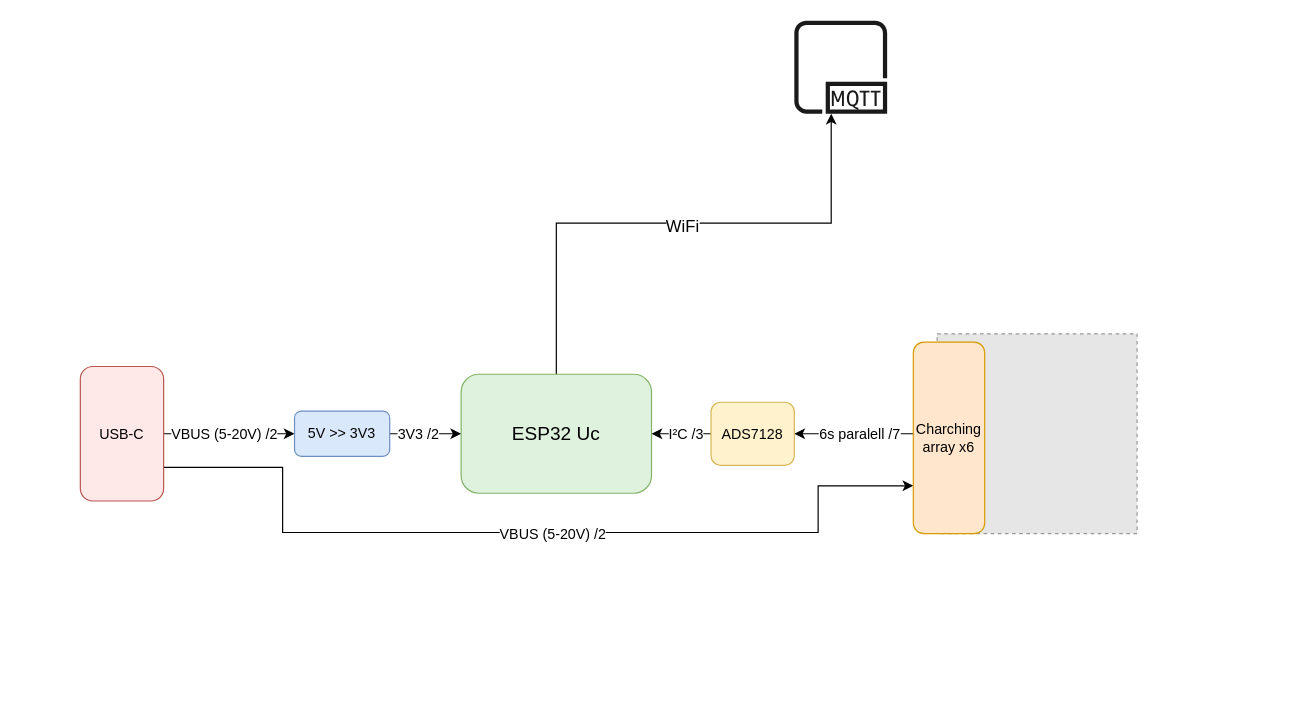
Before: Hardware/img/AkkuMagic.drawio in Marek128b/BatteryMagic_monitor, a draw.io diagram. Source tidied: cells renumbered, new cells numbered last; positions are measured from the earlier drawing's top-left corner, leaving out a move shared by most shapes. Both pictures are drawn from the tidied source at 119%, with x=0, y=0 at pixel (80, 20). Pictures stored in the file or linked from it are replaced by grey dashed boxes.
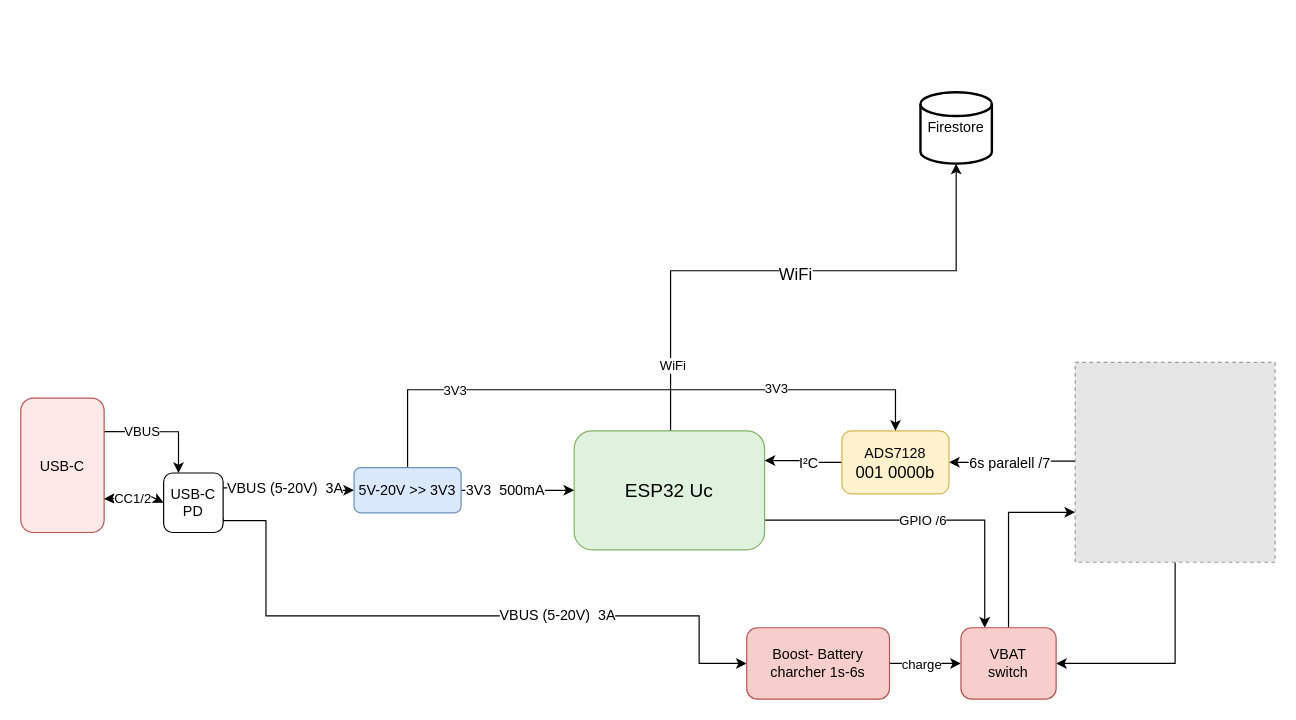
The same diagram, later.

Unchanged cells that the change refers to:
```xml
<mxCell id="17" style="edgeStyle=orthogonalEdgeStyle;rounded=0;jettySize=auto;html=1;exitX=1;exitY=0.5;exitDx=0;exitDy=0;entryX=0;entryY=0.5;entryDx=0;entryDy=0;fontSize=12;" parent="1" edge="1" source="19" target="4">
  <mxGeometry relative="1" as="geometry" />
</mxCell>
```

The edit, as a diff of the source:
```diff
@@
-    <mxCell id="2" style="edgeStyle=orthogonalEdgeStyle;rounded=0;jettySize=auto;html=1;exitX=0.5;exitY=0;exitDx=0;exitDy=0;fontSize=14;" parent="1" edge="1" source="4" target="5">
+    <mxCell id="2" style="edgeStyle=orthogonalEdgeStyle;rounded=0;jettySize=auto;html=1;exitX=0.5;exitY=0;exitDx=0;exitDy=0;fontSize=14;entryX=0.5;entryY=1;entryDx=0;entryDy=0;entryPerimeter=0;" parent="1" edge="1" source="4" target="30">
       <mxGeometry relative="1" as="geometry">
         <Array as="points">
-          <mxPoint x="400" y="170" />
-          <mxPoint x="631" y="170" />
+          <mxPoint x="496" y="210" />
+          <mxPoint x="736" y="210" />
         </Array>
       </mxGeometry>
     </mxCell>
@@
+    <mxCell id="21" value="WiFi" style="edgeLabel;html=1;align=center;verticalAlign=middle;" parent="2" vertex="1">
+      <mxGeometry x="-0.76" y="-1" relative="1" as="geometry" />
+    </mxCell>
+    <mxCell id="22" style="edgeStyle=orthogonalEdgeStyle;rounded=0;jettySize=auto;html=1;exitX=1;exitY=0.75;exitDx=0;exitDy=0;entryX=0.25;entryY=0;entryDx=0;entryDy=0;" parent="1" edge="1" source="4" target="38">
+      <mxGeometry relative="1" as="geometry" />
+    </mxCell>
+    <mxCell id="23" value="GPIO /6" style="edgeLabel;html=1;align=center;verticalAlign=middle;" parent="22" vertex="1">
+      <mxGeometry x="-0.04" relative="1" as="geometry" />
+    </mxCell>
     <mxCell id="4" value="&lt;font style=&quot;font-size: 16px;&quot;&gt;ESP32 Uc&lt;/font&gt;" style="rounded=1;whiteSpace=wrap;html=1;fillColor=#DEF2DD;strokeColor=#82b366;" parent="1" vertex="1">
-      <mxGeometry x="320" y="297" width="160" height="100" as="geometry" />
+      <mxGeometry x="415" y="344.5" width="160" height="100" as="geometry" />
     </mxCell>
-    <mxCell id="5" style="sketch=0;outlineConnect=0;fontColor=#232F3E;gradientColor=none;fillColor=#1A1A1A;strokeColor=none;dashed=0;verticalLabelPosition=bottom;verticalAlign=top;align=center;html=1;fontSize=12;fontStyle=0;shape=mxgraph.aws4.mqtt_protocol;" parent="1" vertex="1">
-      <mxGeometry x="600" width="78" height="78" as="geometry" />
-    </mxCell>
     <mxCell id="6" style="edgeStyle=orthogonalEdgeStyle;rounded=0;jettySize=auto;html=1;exitX=0.5;exitY=0;exitDx=0;exitDy=0;entryX=1;entryY=0.5;entryDx=0;entryDy=0;fontSize=14;" parent="1" edge="1" source="8" target="11">
-      <mxGeometry relative="1" as="geometry" />
+      <mxGeometry relative="1" as="geometry">
+        <Array as="points">
+          <mxPoint x="836" y="370" />
+          <mxPoint x="778" y="370" />
+          <mxPoint x="778" y="371" />
+        </Array>
+      </mxGeometry>
     </mxCell>
@@
+    <mxCell id="24" style="edgeStyle=orthogonalEdgeStyle;rounded=0;jettySize=auto;html=1;entryX=1;entryY=0.5;entryDx=0;entryDy=0;exitX=0;exitY=0.5;exitDx=0;exitDy=0;" parent="1" edge="1" source="8" target="38">
+      <mxGeometry relative="1" as="geometry">
+        <Array as="points">
+          <mxPoint x="920" y="540" />
+        </Array>
+      </mxGeometry>
+    </mxCell>
     <mxCell id="8" style="fillColor=#E6E6E6;strokeColor=#999999;dashed=1;html=1;verticalAlign=top;verticalLabelPosition=bottom;labelBackgroundColor=#ffffff;fontSize=14;rotation=-90;" parent="1" vertex="1">
-      <mxGeometry x="720" y="263" width="168" height="168" as="geometry" />
+      <mxGeometry x="836" y="287" width="168" height="168" as="geometry" />
     </mxCell>
-    <mxCell id="9" style="edgeStyle=orthogonalEdgeStyle;rounded=0;jettySize=auto;html=1;exitX=0;exitY=0.5;exitDx=0;exitDy=0;entryX=1;entryY=0.5;entryDx=0;entryDy=0;fontSize=14;" parent="1" edge="1" source="11" target="4">
+    <mxCell id="9" style="edgeStyle=orthogonalEdgeStyle;rounded=0;jettySize=auto;html=1;exitX=0;exitY=0.5;exitDx=0;exitDy=0;entryX=1;entryY=0.25;entryDx=0;entryDy=0;fontSize=14;" parent="1" edge="1" source="11" target="4">
       <mxGeometry relative="1" as="geometry" />
     </mxCell>
-    <mxCell id="10" value="I²C /3" style="edgeLabel;html=1;align=center;verticalAlign=middle;fontSize=12;" parent="9" vertex="1">
+    <mxCell id="10" value="I²C" style="edgeLabel;html=1;align=center;verticalAlign=middle;fontSize=12;" parent="9" vertex="1">
       <mxGeometry x="-0.12" y="1" relative="1" as="geometry">
         <mxPoint y="-1" as="offset" />
       </mxGeometry>
     </mxCell>
-    <mxCell id="11" value="&lt;font style=&quot;font-size: 12px;&quot;&gt;ADS7128&lt;/font&gt;" style="rounded=1;whiteSpace=wrap;html=1;fontSize=14;fillColor=#fff2cc;strokeColor=#d6b656;" parent="1" vertex="1">
-      <mxGeometry x="530" y="320.5" width="70" height="53" as="geometry" />
+    <mxCell id="11" value="&lt;div&gt;&lt;font style=&quot;font-size: 12px;&quot;&gt;ADS7128&lt;/font&gt;&lt;/div&gt;&lt;div&gt;001 0000b&lt;/div&gt;" style="rounded=1;whiteSpace=wrap;html=1;fontSize=14;fillColor=#fff2cc;strokeColor=#d6b656;" parent="1" vertex="1">
+      <mxGeometry x="640" y="344.5" width="90" height="53" as="geometry" />
     </mxCell>
-    <mxCell id="12" style="edgeStyle=orthogonalEdgeStyle;rounded=0;jettySize=auto;html=1;exitX=1;exitY=0.5;exitDx=0;exitDy=0;fontSize=12;" parent="1" edge="1" source="16" target="19">
+    <mxCell id="12" style="edgeStyle=orthogonalEdgeStyle;rounded=0;jettySize=auto;html=1;fontSize=12;exitX=1;exitY=0.25;exitDx=0;exitDy=0;" parent="1" edge="1" source="34" target="19">
       <mxGeometry relative="1" as="geometry" />
     </mxCell>
-    <mxCell id="13" value="VBUS (5-20V) /2" style="edgeLabel;html=1;align=center;verticalAlign=middle;fontSize=12;" parent="12" vertex="1">
+    <mxCell id="13" value="&lt;div&gt;VBUS (5-20V)&amp;nbsp; 3A&lt;/div&gt;" style="edgeLabel;html=1;align=center;verticalAlign=middle;fontSize=12;" parent="12" vertex="1">
       <mxGeometry x="-0.09" y="-2" relative="1" as="geometry">
         <mxPoint y="-2" as="offset" />
       </mxGeometry>
     </mxCell>
-    <mxCell id="14" style="edgeStyle=orthogonalEdgeStyle;rounded=0;jettySize=auto;html=1;exitX=1;exitY=0.75;exitDx=0;exitDy=0;entryX=0;entryY=0.75;entryDx=0;entryDy=0;fontSize=12;" parent="1" edge="1" source="16" target="20">
+    <mxCell id="14" style="edgeStyle=orthogonalEdgeStyle;rounded=0;jettySize=auto;html=1;fontSize=12;entryX=0;entryY=0.5;entryDx=0;entryDy=0;exitX=1;exitY=0.75;exitDx=0;exitDy=0;" parent="1" edge="1" source="34" target="33">
       <mxGeometry relative="1" as="geometry">
         <Array as="points">
-          <mxPoint x="170" y="375" />
-          <mxPoint x="170" y="430" />
-          <mxPoint x="620" y="430" />
-          <mxPoint x="620" y="391" />
+          <mxPoint x="120" y="420" />
+          <mxPoint x="156" y="420" />
+          <mxPoint x="156" y="500" />
+          <mxPoint x="520" y="500" />
+          <mxPoint x="520" y="540" />
         </Array>
       </mxGeometry>
     </mxCell>
-    <mxCell id="15" value="VBUS (5-20V) /2" style="edgeLabel;html=1;align=center;verticalAlign=middle;fontSize=12;" parent="14" vertex="1">
+    <mxCell id="15" value="VBUS (5-20V)&amp;nbsp; 3A" style="edgeLabel;html=1;align=center;verticalAlign=middle;fontSize=12;" parent="14" vertex="1">
       <mxGeometry x="0.07" y="-4" relative="1" as="geometry">
-        <mxPoint x="-6" y="-3" as="offset" />
+        <mxPoint x="62" y="-5" as="offset" />
       </mxGeometry>
     </mxCell>
+    <mxCell id="25" style="edgeStyle=orthogonalEdgeStyle;rounded=0;jettySize=auto;html=1;exitX=1;exitY=0.25;exitDx=0;exitDy=0;entryX=0.25;entryY=0;entryDx=0;entryDy=0;" parent="1" edge="1" source="16" target="34">
+      <mxGeometry relative="1" as="geometry" />
+    </mxCell>
+    <mxCell id="26" value="VBUS" style="edgeLabel;html=1;align=center;verticalAlign=middle;" parent="25" vertex="1">
+      <mxGeometry x="-0.52" y="-1" relative="1" as="geometry">
+        <mxPoint x="9" y="-2" as="offset" />
+      </mxGeometry>
+    </mxCell>
     <mxCell id="16" value="&lt;span style=&quot;font-size: 12px;&quot;&gt;USB-C&lt;/span&gt;" style="rounded=1;whiteSpace=wrap;html=1;fontSize=14;fillColor=#FFE8E8;strokeColor=#b85450;" parent="1" vertex="1">
-      <mxGeometry y="290.5" width="70" height="113" as="geometry" />
+      <mxGeometry x="-50" y="317" width="70" height="113" as="geometry" />
     </mxCell>
@@
-    <mxCell id="18" value="3V3 /2" style="edgeLabel;html=1;align=center;verticalAlign=middle;fontSize=12;" parent="17" vertex="1">
+    <mxCell id="18" value="3V3&amp;nbsp; 500mA" style="edgeLabel;html=1;align=center;verticalAlign=middle;fontSize=12;" parent="17" vertex="1">
       <mxGeometry x="-0.25" y="2" relative="1" as="geometry">
         <mxPoint y="2" as="offset" />
       </mxGeometry>
     </mxCell>
+    <mxCell id="27" style="edgeStyle=orthogonalEdgeStyle;rounded=0;jettySize=auto;html=1;exitX=0.5;exitY=0;exitDx=0;exitDy=0;entryX=0.5;entryY=0;entryDx=0;entryDy=0;" parent="1" edge="1" source="19" target="11">
+      <mxGeometry relative="1" as="geometry">
+        <Array as="points">
+          <mxPoint x="275" y="310" />
+          <mxPoint x="685" y="310" />
+        </Array>
+      </mxGeometry>
+    </mxCell>
+    <mxCell id="28" value="&lt;div&gt;3V3&lt;/div&gt;" style="edgeLabel;html=1;align=center;verticalAlign=middle;" parent="27" vertex="1">
+      <mxGeometry x="-0.59" relative="1" as="geometry" />
+    </mxCell>
+    <mxCell id="29" value="&lt;div&gt;3V3&lt;/div&gt;" style="edgeLabel;html=1;align=center;verticalAlign=middle;" parent="27" vertex="1">
+      <mxGeometry x="0.47" y="2" relative="1" as="geometry" />
+    </mxCell>
-    <mxCell id="19" value="5V &amp;gt;&amp;gt; 3V3" style="rounded=1;whiteSpace=wrap;html=1;fontSize=12;fillColor=#dae8fc;strokeColor=#6c8ebf;" parent="1" vertex="1">
-      <mxGeometry x="180" y="328" width="80" height="38" as="geometry" />
+    <mxCell id="19" value="5V-20V &amp;gt;&amp;gt; 3V3" style="rounded=1;whiteSpace=wrap;html=1;fontSize=12;fillColor=#dae8fc;strokeColor=#6c8ebf;" parent="1" vertex="1">
+      <mxGeometry x="230" y="375.5" width="90" height="38" as="geometry" />
     </mxCell>
-    <mxCell id="20" value="Charching array x6" style="rounded=1;whiteSpace=wrap;html=1;fontSize=12;fillColor=#ffe6cc;strokeColor=#d79b00;" parent="1" vertex="1">
-      <mxGeometry x="700" y="270" width="60" height="161" as="geometry" />
-    </mxCell>
+    <mxCell id="30" value="Firestore" style="strokeWidth=2;html=1;shape=mxgraph.flowchart.database;whiteSpace=wrap;" parent="1" vertex="1">
+      <mxGeometry x="706" y="60" width="60" height="60" as="geometry" />
+    </mxCell>
+    <mxCell id="31" style="edgeStyle=orthogonalEdgeStyle;rounded=0;jettySize=auto;html=1;exitX=1;exitY=0.5;exitDx=0;exitDy=0;entryX=0;entryY=0.5;entryDx=0;entryDy=0;" parent="1" edge="1" source="33" target="38">
+      <mxGeometry relative="1" as="geometry" />
+    </mxCell>
+    <mxCell id="32" value="charge" style="edgeLabel;html=1;align=center;verticalAlign=middle;" parent="31" vertex="1">
+      <mxGeometry x="-0.23" relative="1" as="geometry">
+        <mxPoint x="3" as="offset" />
+      </mxGeometry>
+    </mxCell>
+    <mxCell id="33" value="Boost- Battery charcher 1s-6s" style="rounded=1;whiteSpace=wrap;html=1;fillColor=#f8cecc;strokeColor=#b85450;" parent="1" vertex="1">
+      <mxGeometry x="560" y="510" width="120" height="60" as="geometry" />
+    </mxCell>
+    <mxCell id="34" value="&lt;div&gt;USB-C&lt;/div&gt;&lt;div&gt;PD&lt;br&gt;&lt;/div&gt;" style="rounded=1;whiteSpace=wrap;html=1;" parent="1" vertex="1">
+      <mxGeometry x="70" y="380" width="50" height="50" as="geometry" />
+    </mxCell>
+    <mxCell id="35" style="endArrow=classic;startArrow=classic;html=1;rounded=0;exitX=0;exitY=0.5;exitDx=0;exitDy=0;entryX=1;entryY=0.75;entryDx=0;entryDy=0;" parent="1" edge="1" source="34" target="16">
+      <mxGeometry relative="1" as="geometry">
+        <Array as="points">
+          <mxPoint x="60" y="400" />
+        </Array>
+      </mxGeometry>
+    </mxCell>
+    <mxCell id="36" value="CC1/2" style="edgeLabel;html=1;align=center;verticalAlign=middle;" parent="35" vertex="1">
+      <mxGeometry x="0.11" y="1" relative="1" as="geometry" />
+    </mxCell>
+    <mxCell id="37" style="edgeStyle=orthogonalEdgeStyle;rounded=0;jettySize=auto;html=1;exitX=0.5;exitY=0;exitDx=0;exitDy=0;entryX=0.25;entryY=0;entryDx=0;entryDy=0;" parent="1" edge="1" source="38" target="8">
+      <mxGeometry relative="1" as="geometry" />
+    </mxCell>
+    <mxCell id="38" value="&lt;div&gt;VBAT&lt;/div&gt;&lt;div&gt;switch&lt;br&gt;&lt;/div&gt;" style="rounded=1;whiteSpace=wrap;html=1;fillColor=#f8cecc;strokeColor=#b85450;" parent="1" vertex="1">
+      <mxGeometry x="740" y="510" width="80" height="60" as="geometry" />
+    </mxCell>
```
